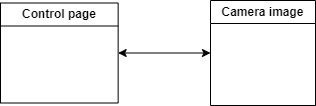
Earlier version of the draw.io export osztalyDiagram.drawio.png (JBLogistic/Licence_Exam). Source tidied: cells renumbered, new cells last; positions are measured from the earlier drawing's top-left corner, leaving out a move shared by most shapes.
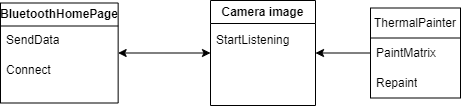
After the commit.

Diff of the diagram source:
```diff
@@ -2,14 +2,35 @@
   <root>
     <mxCell id="0" />
     <mxCell id="1" parent="0" />
-    <mxCell id="2" value="Control page" style="swimlane;whiteSpace=wrap;html=1;startSize=23;" parent="1" vertex="1">
+    <mxCell id="2" value="BluetoothHomePage" style="swimlane;whiteSpace=wrap;html=1;startSize=23;" parent="1" vertex="1">
       <mxGeometry y="2.5" width="117.7" height="100" as="geometry" />
     </mxCell>
+    <mxCell id="5" value="SendData" style="text;strokeColor=none;fillColor=none;align=left;verticalAlign=middle;spacingLeft=4;spacingRight=4;overflow=hidden;whiteSpace=wrap;html=1;" parent="2" vertex="1">
+      <mxGeometry y="22.5" width="80" height="30" as="geometry" />
+    </mxCell>
+    <mxCell id="6" value="Connect" style="text;strokeColor=none;fillColor=none;align=left;verticalAlign=middle;spacingLeft=4;spacingRight=4;overflow=hidden;whiteSpace=wrap;html=1;" parent="2" vertex="1">
+      <mxGeometry y="52.5" width="80" height="30" as="geometry" />
+    </mxCell>
     <mxCell id="3" value="Camera image" style="swimlane;whiteSpace=wrap;html=1;" parent="1" vertex="1">
       <mxGeometry x="210" width="105" height="105" as="geometry" />
     </mxCell>
+    <mxCell id="7" value="StartListening" style="text;strokeColor=none;fillColor=none;align=left;verticalAlign=middle;spacingLeft=4;spacingRight=4;overflow=hidden;whiteSpace=wrap;html=1;" parent="3" vertex="1">
+      <mxGeometry y="25" width="90" height="30" as="geometry" />
+    </mxCell>
     <mxCell id="4" style="endArrow=classic;startArrow=classic;html=1;rounded=0;entryX=0;entryY=0.5;entryDx=0;entryDy=0;exitX=1;exitY=0.5;exitDx=0;exitDy=0;" parent="1" edge="1" source="2" target="3">
       <mxGeometry relative="1" as="geometry" />
     </mxCell>
+    <mxCell id="8" value="ThermalPainter" style="swimlane;fontStyle=0;horizontal=1;startSize=30;whiteSpace=wrap;html=1;" parent="1" vertex="1">
+      <mxGeometry x="370" y="7.5" width="90" height="90" as="geometry" />
+    </mxCell>
+    <mxCell id="9" value="PaintMatrix" style="text;strokeColor=none;fillColor=none;align=left;verticalAlign=middle;spacingLeft=4;spacingRight=4;overflow=hidden;points=[[0,0.5],[1,0.5]];portConstraint=eastwest;whiteSpace=wrap;html=1;" parent="8" vertex="1">
+      <mxGeometry y="30" width="90" height="30" as="geometry" />
+    </mxCell>
+    <mxCell id="10" value="Repaint" style="text;strokeColor=none;fillColor=none;align=left;verticalAlign=middle;spacingLeft=4;spacingRight=4;overflow=hidden;whiteSpace=wrap;html=1;" parent="8" vertex="1">
+      <mxGeometry y="60" width="90" height="30" as="geometry" />
+    </mxCell>
+    <mxCell id="11" style="edgeStyle=orthogonalEdgeStyle;rounded=0;jettySize=auto;html=1;exitX=0;exitY=0.5;exitDx=0;exitDy=0;entryX=1;entryY=0.5;entryDx=0;entryDy=0;" parent="1" edge="1" source="9" target="3">
+      <mxGeometry relative="1" as="geometry" />
+    </mxCell>
   </root>
 </mxGraphModel>
```
